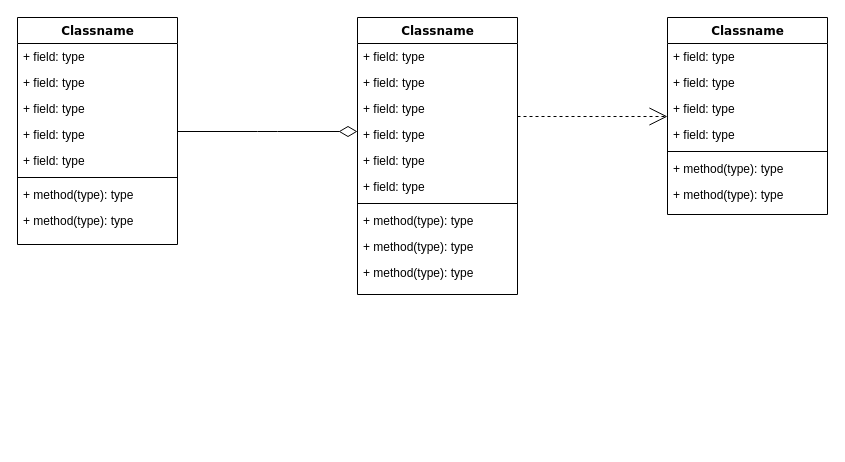
Earlier version of the draw.io diagram Diagrama sin título.drawio (FelipeHurtado/BPMN_EXPERIMIENTO). Source tidied: cells renumbered, new cells numbered last; positions are measured from the earlier drawing's top-left corner, leaving out a move shared by most shapes. Both pictures are drawn from the tidied source at 100%, with x=0, y=0 at pixel (17, 17).
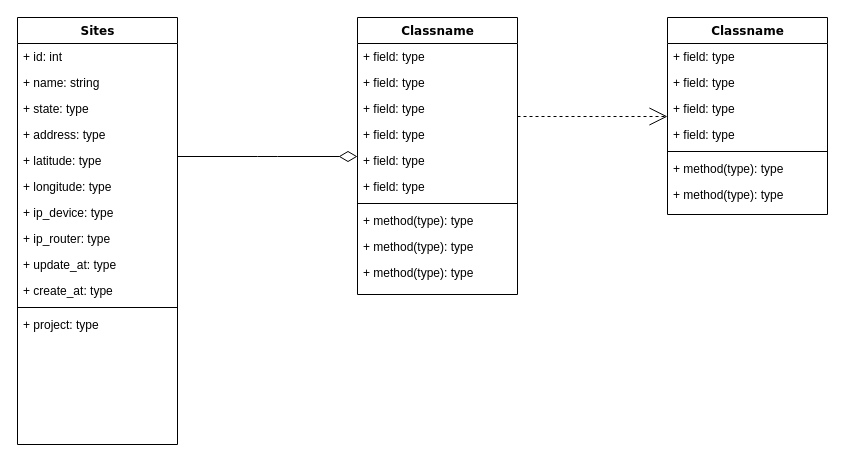
After the change.

Change to the diagram source:
```diff
@@
-    <mxCell id="2" value="Classname" style="swimlane;html=1;fontStyle=1;align=center;verticalAlign=top;horizontal=1;startSize=26;swimlaneFillColor=#ffffff;rounded=0;shadow=0;comic=0;labelBackgroundColor=none;strokeWidth=1;fillColor=none;fontFamily=Verdana;fontSize=12;" parent="1" vertex="1">
-      <mxGeometry width="160" height="227" as="geometry" />
+    <mxCell id="2" value="Sites" style="swimlane;html=1;fontStyle=1;align=center;verticalAlign=top;horizontal=1;startSize=26;swimlaneFillColor=#ffffff;rounded=0;shadow=0;comic=0;labelBackgroundColor=none;strokeWidth=1;fillColor=none;fontFamily=Verdana;fontSize=12;" parent="1" vertex="1">
+      <mxGeometry width="160" height="427" as="geometry" />
     </mxCell>
-    <mxCell id="3" value="+ field: type" style="text;html=1;strokeColor=none;fillColor=none;align=left;verticalAlign=top;spacingLeft=4;spacingRight=4;whiteSpace=wrap;overflow=hidden;" parent="2" vertex="1">
+    <mxCell id="3" value="+ id: int" style="text;html=1;strokeColor=none;fillColor=none;align=left;verticalAlign=top;spacingLeft=4;spacingRight=4;whiteSpace=wrap;overflow=hidden;" parent="2" vertex="1">
       <mxGeometry y="26" width="160" height="26" as="geometry" />
     </mxCell>
-    <mxCell id="4" value="+ field: type" style="text;html=1;strokeColor=none;fillColor=none;align=left;verticalAlign=top;spacingLeft=4;spacingRight=4;whiteSpace=wrap;overflow=hidden;" parent="2" vertex="1">
+    <mxCell id="4" value="+ name: string" style="text;html=1;strokeColor=none;fillColor=none;align=left;verticalAlign=top;spacingLeft=4;spacingRight=4;whiteSpace=wrap;overflow=hidden;" parent="2" vertex="1">
       <mxGeometry y="52" width="160" height="26" as="geometry" />
     </mxCell>
-    <mxCell id="5" value="+ field: type" style="text;html=1;strokeColor=none;fillColor=none;align=left;verticalAlign=top;spacingLeft=4;spacingRight=4;whiteSpace=wrap;overflow=hidden;" parent="2" vertex="1">
+    <mxCell id="5" value="+ state: type" style="text;html=1;strokeColor=none;fillColor=none;align=left;verticalAlign=top;spacingLeft=4;spacingRight=4;whiteSpace=wrap;overflow=hidden;" parent="2" vertex="1">
       <mxGeometry y="78" width="160" height="26" as="geometry" />
     </mxCell>
-    <mxCell id="6" value="+ field: type" style="text;html=1;strokeColor=none;fillColor=none;align=left;verticalAlign=top;spacingLeft=4;spacingRight=4;whiteSpace=wrap;overflow=hidden;" parent="2" vertex="1">
+    <mxCell id="6" value="+ address: type" style="text;html=1;strokeColor=none;fillColor=none;align=left;verticalAlign=top;spacingLeft=4;spacingRight=4;whiteSpace=wrap;overflow=hidden;" parent="2" vertex="1">
       <mxGeometry y="104" width="160" height="26" as="geometry" />
     </mxCell>
-    <mxCell id="7" value="+ field: type" style="text;html=1;strokeColor=none;fillColor=none;align=left;verticalAlign=top;spacingLeft=4;spacingRight=4;whiteSpace=wrap;overflow=hidden;" parent="2" vertex="1">
+    <mxCell id="7" value="+ latitude: type" style="text;html=1;strokeColor=none;fillColor=none;align=left;verticalAlign=top;spacingLeft=4;spacingRight=4;whiteSpace=wrap;overflow=hidden;" parent="2" vertex="1">
       <mxGeometry y="130" width="160" height="26" as="geometry" />
     </mxCell>
+    <mxCell id="32" value="+ longitude: type" style="text;html=1;strokeColor=none;fillColor=none;align=left;verticalAlign=top;spacingLeft=4;spacingRight=4;whiteSpace=wrap;overflow=hidden;" parent="2" vertex="1">
+      <mxGeometry y="156" width="160" height="26" as="geometry" />
+    </mxCell>
+    <mxCell id="33" value="+ ip_device: type" style="text;html=1;strokeColor=none;fillColor=none;align=left;verticalAlign=top;spacingLeft=4;spacingRight=4;whiteSpace=wrap;overflow=hidden;" parent="2" vertex="1">
+      <mxGeometry y="182" width="160" height="26" as="geometry" />
+    </mxCell>
+    <mxCell id="34" value="+ ip_router: type" style="text;html=1;strokeColor=none;fillColor=none;align=left;verticalAlign=top;spacingLeft=4;spacingRight=4;whiteSpace=wrap;overflow=hidden;" parent="2" vertex="1">
+      <mxGeometry y="208" width="160" height="26" as="geometry" />
+    </mxCell>
+    <mxCell id="35" value="+ update_at: type" style="text;html=1;strokeColor=none;fillColor=none;align=left;verticalAlign=top;spacingLeft=4;spacingRight=4;whiteSpace=wrap;overflow=hidden;" parent="2" vertex="1">
+      <mxGeometry y="234" width="160" height="26" as="geometry" />
+    </mxCell>
+    <mxCell id="36" value="+ create_at: type" style="text;html=1;strokeColor=none;fillColor=none;align=left;verticalAlign=top;spacingLeft=4;spacingRight=4;whiteSpace=wrap;overflow=hidden;" parent="2" vertex="1">
+      <mxGeometry y="260" width="160" height="26" as="geometry" />
+    </mxCell>
     <mxCell id="8" style="line;html=1;strokeWidth=1;fillColor=none;align=left;verticalAlign=middle;spacingTop=-1;spacingLeft=3;spacingRight=3;labelPosition=right;" parent="2" vertex="1">
-      <mxGeometry y="156" width="160" height="8" as="geometry" />
+      <mxGeometry y="286" width="160" height="8" as="geometry" />
     </mxCell>
-    <mxCell id="9" value="+ method(type): type" style="text;html=1;strokeColor=none;fillColor=none;align=left;verticalAlign=top;spacingLeft=4;spacingRight=4;whiteSpace=wrap;overflow=hidden;" parent="2" vertex="1">
-      <mxGeometry y="164" width="160" height="26" as="geometry" />
-    </mxCell>
-    <mxCell id="10" value="+ method(type): type" style="text;html=1;strokeColor=none;fillColor=none;align=left;verticalAlign=top;spacingLeft=4;spacingRight=4;whiteSpace=wrap;overflow=hidden;" parent="2" vertex="1">
-      <mxGeometry y="190" width="160" height="26" as="geometry" />
-    </mxCell>
+    <mxCell id="37" value="+ project: type" style="text;html=1;strokeColor=none;fillColor=none;align=left;verticalAlign=top;spacingLeft=4;spacingRight=4;whiteSpace=wrap;overflow=hidden;" parent="2" vertex="1">
+      <mxGeometry y="294" width="160" height="26" as="geometry" />
+    </mxCell>
```
